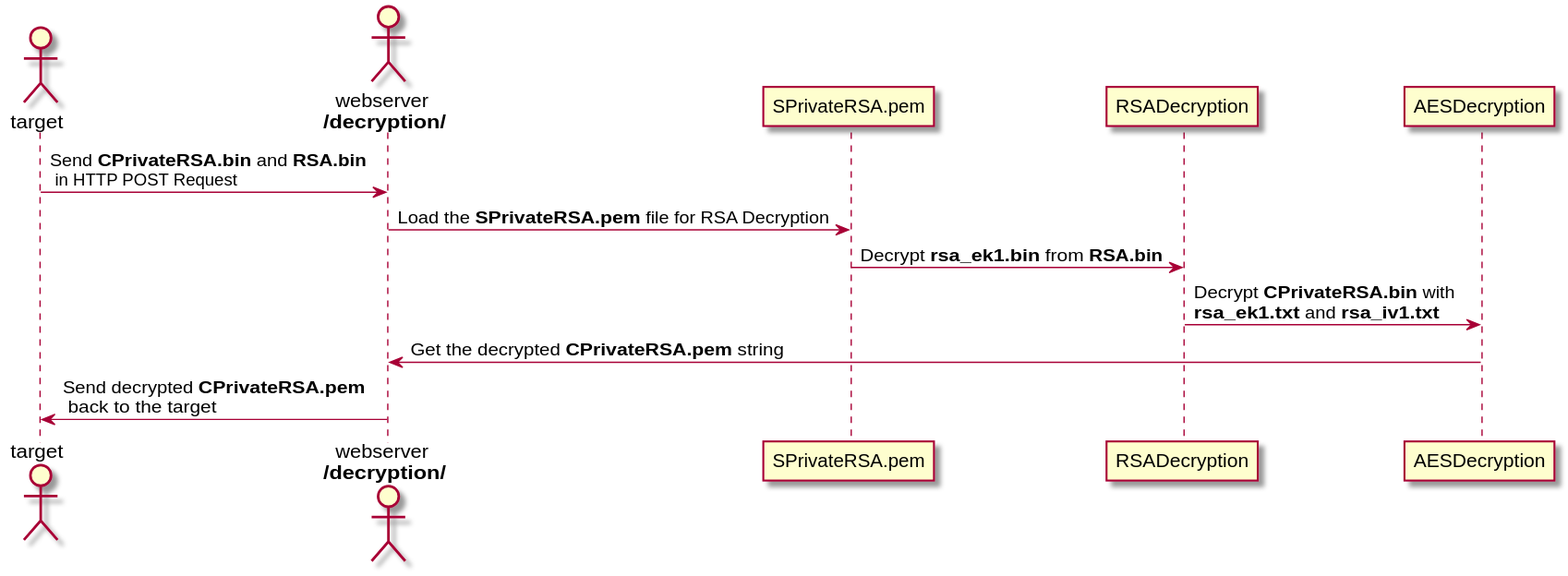
Above: architecture/sequence_diagrams/bflyServerApp.svg in bierschi/butterfly (PlantUML), before the change.
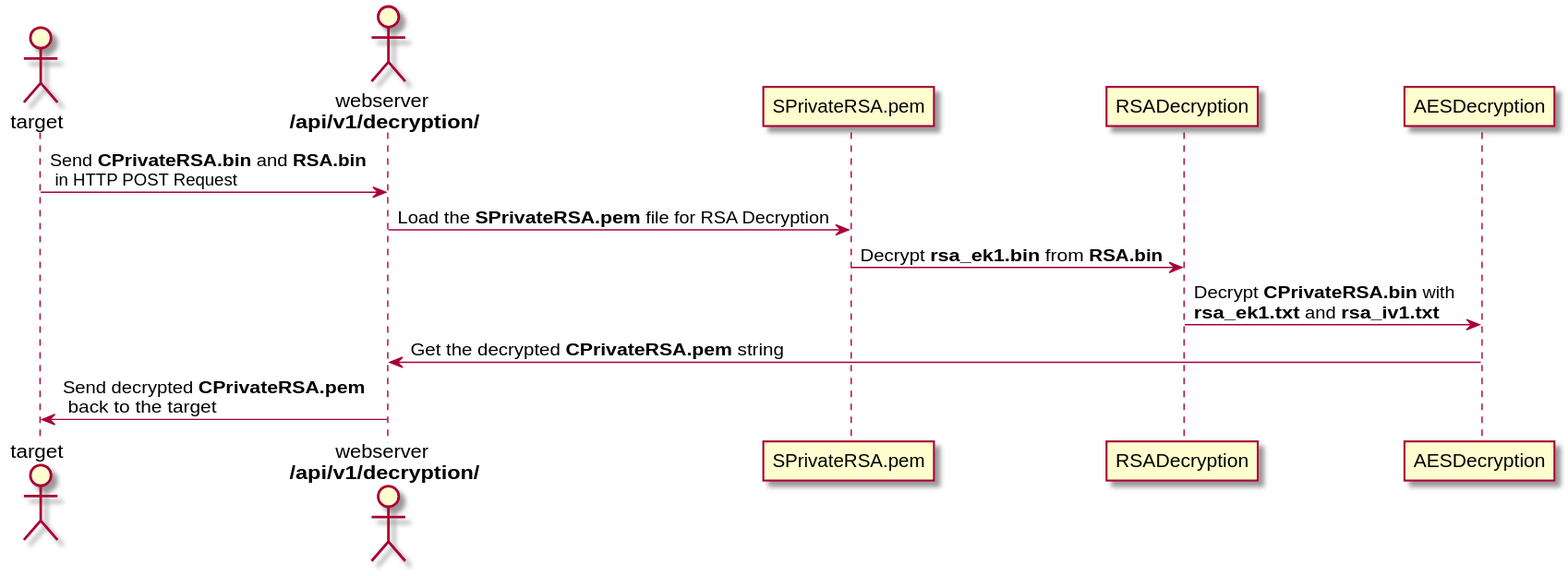
Above is the later version.

Commit message:
Updated the architecture folder

What changed in the source:
```diff
@@ -1,7 +1,7 @@
 @startuml
 
 actor target
-actor "webserver \n**/decryption/**" as webserver
+actor "webserver \n**/api/v1/decryption/**" as webserver
 
 participant SPrivateRSA.pem
 participant RSADecryption
```
